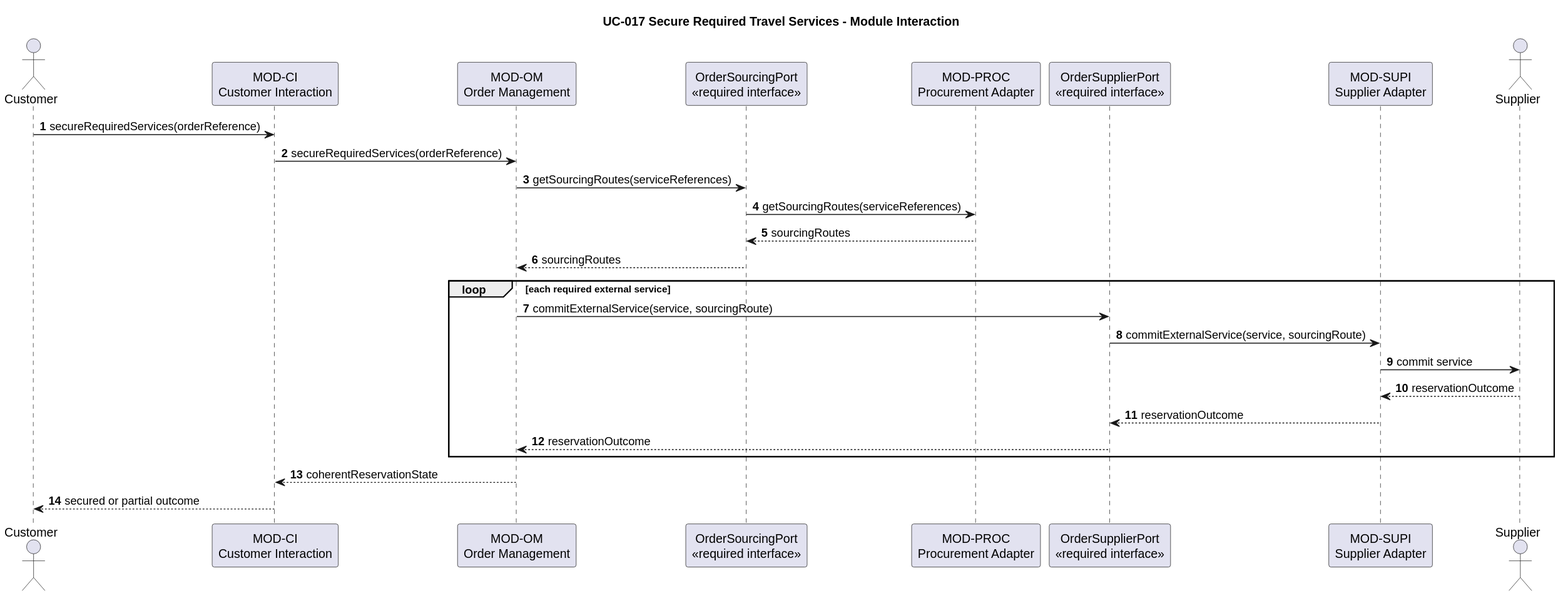
This is docs/architecture/software-architecture/uc-017-secure-required-travel-services.svg from hochschule-darmstadt/a3se_app, a PlantUML export, as it was before one commit.
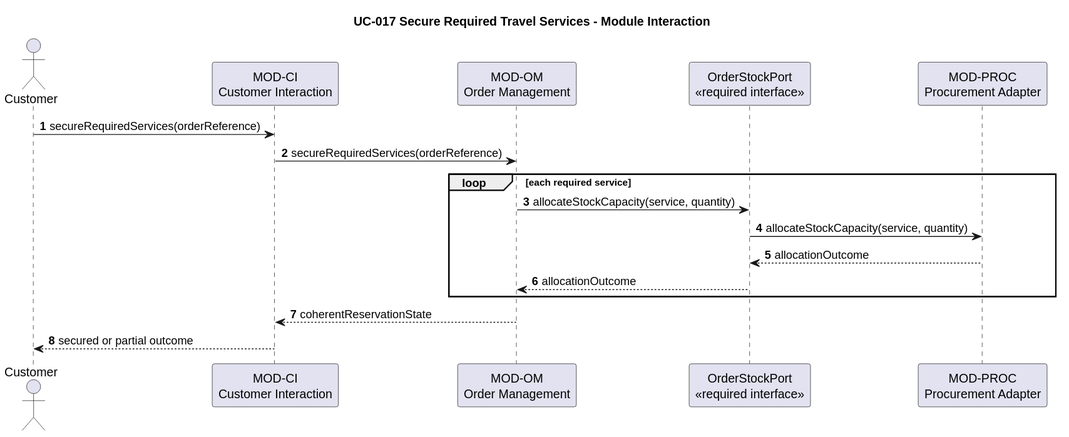
Later version of the same file.

What changed in the source:
```diff
@@ -4,25 +4,16 @@
 actor Customer
 participant "MOD-CI\nCustomer Interaction" as CI
 participant "MOD-OM\nOrder Management" as OM
-participant "OrderSourcingPort\n<<required interface>>" as SOURCING
+participant "OrderStockPort\n<<required interface>>" as STOCK
 participant "MOD-PROC\nProcurement Adapter" as PROC
-participant "OrderSupplierPort\n<<required interface>>" as SUPPLIER_PORT
-participant "MOD-SUPI\nSupplier Adapter" as SUPI
-actor Supplier
 
 Customer -> CI: secureRequiredServices(orderReference)
 CI -> OM: secureRequiredServices(orderReference)
-OM -> SOURCING: getSourcingRoutes(serviceReferences)
-SOURCING -> PROC: getSourcingRoutes(serviceReferences)
-PROC --> SOURCING: sourcingRoutes
-SOURCING --> OM: sourcingRoutes
-loop each required external service
-  OM -> SUPPLIER_PORT: commitExternalService(service, sourcingRoute)
-  SUPPLIER_PORT -> SUPI: commitExternalService(service, sourcingRoute)
-  SUPI -> Supplier: commit service
-  Supplier --> SUPI: reservationOutcome
-  SUPI --> SUPPLIER_PORT: reservationOutcome
-  SUPPLIER_PORT --> OM: reservationOutcome
+loop each required service
+  OM -> STOCK: allocateStockCapacity(service, quantity)
+  STOCK -> PROC: allocateStockCapacity(service, quantity)
+  PROC --> STOCK: allocationOutcome
+  STOCK --> OM: allocationOutcome
 end
 OM --> CI: coherentReservationState
 CI --> Customer: secured or partial outcome
```
